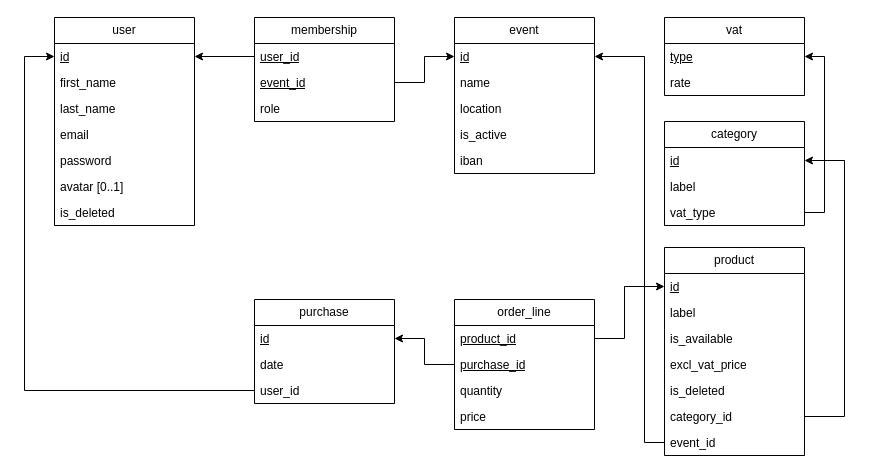
The draw.io diagram database/docs/relational_schema.drawio in maxoux53/smartkiosk, before the edit. Source tidied: cells renumbered, new cells numbered last; positions are measured from the earlier drawing's top-left corner, leaving out a move shared by most shapes. Both pictures are drawn from the tidied source at 100%, with x=0, y=0 at pixel (24, 17).
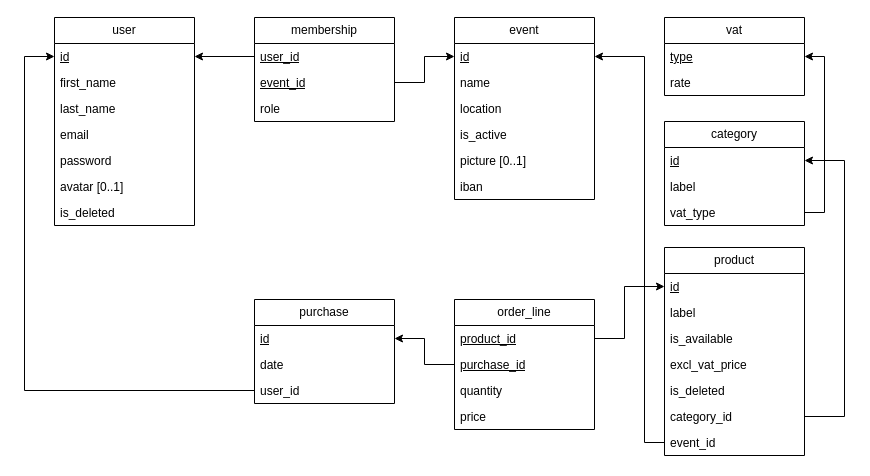
The same page after the edit.

Commit message (it also covers changes not shown here):
fix: add optional picture attribute to event entity

Change to the diagram source:
```diff
@@
     <mxCell id="10" value="event" style="swimlane;fontStyle=0;horizontal=1;startSize=26;fillColor=none;whiteSpace=wrap;html=1;" parent="1" vertex="1">
-      <mxGeometry x="430" width="140" height="156" as="geometry" />
+      <mxGeometry x="430" width="140" height="182" as="geometry" />
     </mxCell>
@@
-    <mxCell id="15" value="iban" style="text;strokeColor=none;fillColor=none;align=left;verticalAlign=top;spacingLeft=4;spacingRight=4;overflow=hidden;whiteSpace=wrap;html=1;" parent="10" vertex="1">
+    <mxCell id="15" value="picture [0..1]" style="text;strokeColor=none;fillColor=none;align=left;verticalAlign=top;spacingLeft=4;spacingRight=4;overflow=hidden;whiteSpace=wrap;html=1;" parent="10" vertex="1">
       <mxGeometry y="130" width="140" height="26" as="geometry" />
     </mxCell>
+    <mxCell id="52" value="iban" style="text;strokeColor=none;fillColor=none;align=left;verticalAlign=top;spacingLeft=4;spacingRight=4;overflow=hidden;whiteSpace=wrap;html=1;" parent="10" vertex="1">
+      <mxGeometry y="156" width="140" height="26" as="geometry" />
+    </mxCell>
```
